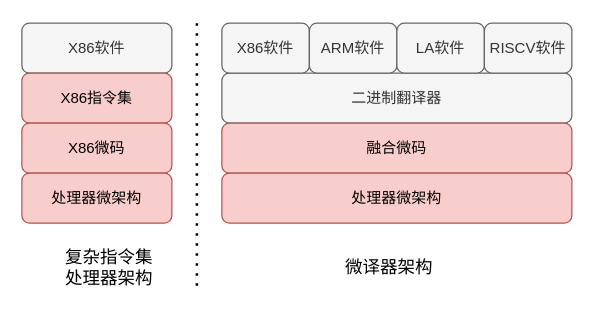
This is image/my_arch.drawio from jensen-yan/yanyue_essay, a draw.io file, before an edit. Source tidied: cells renumbered, new cells numbered last; positions are measured from the earlier drawing's top-left corner, leaving out a move shared by most shapes. Both pictures are drawn from the tidied source at 125%, with x=0, y=0 at pixel (21, 22).
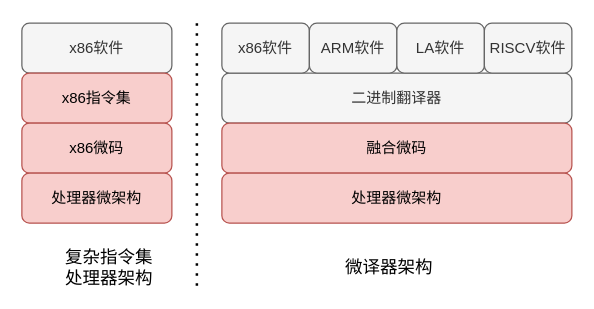
Above is the later version.

What changed in the source:
```diff
@@
 <mxGraphModel>
   <root>
     <mxCell id="0" />
     <mxCell id="1" parent="0" />
-    <mxCell id="2" value="X86软件" style="rounded=1;whiteSpace=wrap;html=1;fillColor=#f5f5f5;fontColor=#333333;strokeColor=#666666;" parent="1" vertex="1">
+    <mxCell id="2" value="x86软件" style="rounded=1;whiteSpace=wrap;html=1;fillColor=#f5f5f5;fontColor=#333333;strokeColor=#666666;" parent="1" vertex="1">
       <mxGeometry width="120" height="40" as="geometry" />
     </mxCell>
-    <mxCell id="3" value="X86指令集" style="rounded=1;whiteSpace=wrap;html=1;fillColor=#f8cecc;strokeColor=#b85450;" parent="1" vertex="1">
+    <mxCell id="3" value="x86指令集" style="rounded=1;whiteSpace=wrap;html=1;fillColor=#f8cecc;strokeColor=#b85450;" parent="1" vertex="1">
       <mxGeometry y="40" width="120" height="40" as="geometry" />
     </mxCell>
-    <mxCell id="4" value="X86微码" style="rounded=1;whiteSpace=wrap;html=1;fillColor=#f8cecc;strokeColor=#b85450;" parent="1" vertex="1">
+    <mxCell id="4" value="x86微码" style="rounded=1;whiteSpace=wrap;html=1;fillColor=#f8cecc;strokeColor=#b85450;" parent="1" vertex="1">
       <mxGeometry y="80" width="120" height="40" as="geometry" />
     </mxCell>
     <mxCell id="5" value="处理器微架构" style="rounded=1;whiteSpace=wrap;html=1;fillColor=#f8cecc;strokeColor=#b85450;" parent="1" vertex="1">
       <mxGeometry y="120" width="120" height="40" as="geometry" />
     </mxCell>
     <mxCell id="6" style="endArrow=none;dashed=1;html=1;dashPattern=1 3;strokeWidth=2;" parent="1" edge="1">
       <mxGeometry relative="1" as="geometry">
         <mxPoint x="140" y="210" as="sourcePoint" />
         <mxPoint x="140" as="targetPoint" />
       </mxGeometry>
     </mxCell>
     <mxCell id="7" value="&lt;font style=&quot;font-size: 14px;&quot;&gt;复杂指令集&lt;br&gt;处理器架构&lt;/font&gt;" style="text;html=1;strokeColor=none;fillColor=none;align=center;verticalAlign=middle;whiteSpace=wrap;rounded=0;" parent="1" vertex="1">
       <mxGeometry x="30" y="180" width="80" height="30" as="geometry" />
     </mxCell>
     <mxCell id="8" value="二进制翻译器" style="rounded=1;whiteSpace=wrap;html=1;fillColor=#f5f5f5;strokeColor=#666666;fontColor=#333333;" parent="1" vertex="1">
       <mxGeometry x="160" y="40" width="280" height="40" as="geometry" />
     </mxCell>
     <mxCell id="9" value="融合微码" style="rounded=1;whiteSpace=wrap;html=1;fillColor=#f8cecc;strokeColor=#b85450;" parent="1" vertex="1">
       <mxGeometry x="160" y="80" width="280" height="40" as="geometry" />
     </mxCell>
     <mxCell id="10" value="处理器微架构" style="rounded=1;whiteSpace=wrap;html=1;fillColor=#f8cecc;strokeColor=#b85450;" parent="1" vertex="1">
       <mxGeometry x="160" y="120" width="280" height="40" as="geometry" />
     </mxCell>
-    <mxCell id="11" value="X86软件" style="rounded=1;whiteSpace=wrap;html=1;fillColor=#f5f5f5;fontColor=#333333;strokeColor=#666666;" parent="1" vertex="1">
+    <mxCell id="11" value="x86软件" style="rounded=1;whiteSpace=wrap;html=1;fillColor=#f5f5f5;fontColor=#333333;strokeColor=#666666;" parent="1" vertex="1">
       <mxGeometry x="160" width="70" height="40" as="geometry" />
     </mxCell>
     <mxCell id="12" value="ARM软件" style="rounded=1;whiteSpace=wrap;html=1;fillColor=#f5f5f5;fontColor=#333333;strokeColor=#666666;" parent="1" vertex="1">
       <mxGeometry x="230" width="70" height="40" as="geometry" />
     </mxCell>
     <mxCell id="13" value="LA软件" style="rounded=1;whiteSpace=wrap;html=1;fillColor=#f5f5f5;fontColor=#333333;strokeColor=#666666;" parent="1" vertex="1">
       <mxGeometry x="300" width="70" height="40" as="geometry" />
     </mxCell>
     <mxCell id="14" value="RISCV软件" style="rounded=1;whiteSpace=wrap;html=1;fillColor=#f5f5f5;fontColor=#333333;strokeColor=#666666;" parent="1" vertex="1">
       <mxGeometry x="370" width="70" height="40" as="geometry" />
     </mxCell>
     <mxCell id="15" value="&lt;font style=&quot;font-size: 14px;&quot;&gt;微译器架构&lt;/font&gt;" style="text;html=1;strokeColor=none;fillColor=none;align=center;verticalAlign=middle;whiteSpace=wrap;rounded=0;" parent="1" vertex="1">
       <mxGeometry x="254" y="180" width="80" height="30" as="geometry" />
     </mxCell>
   </root>
 </mxGraphModel>
```
